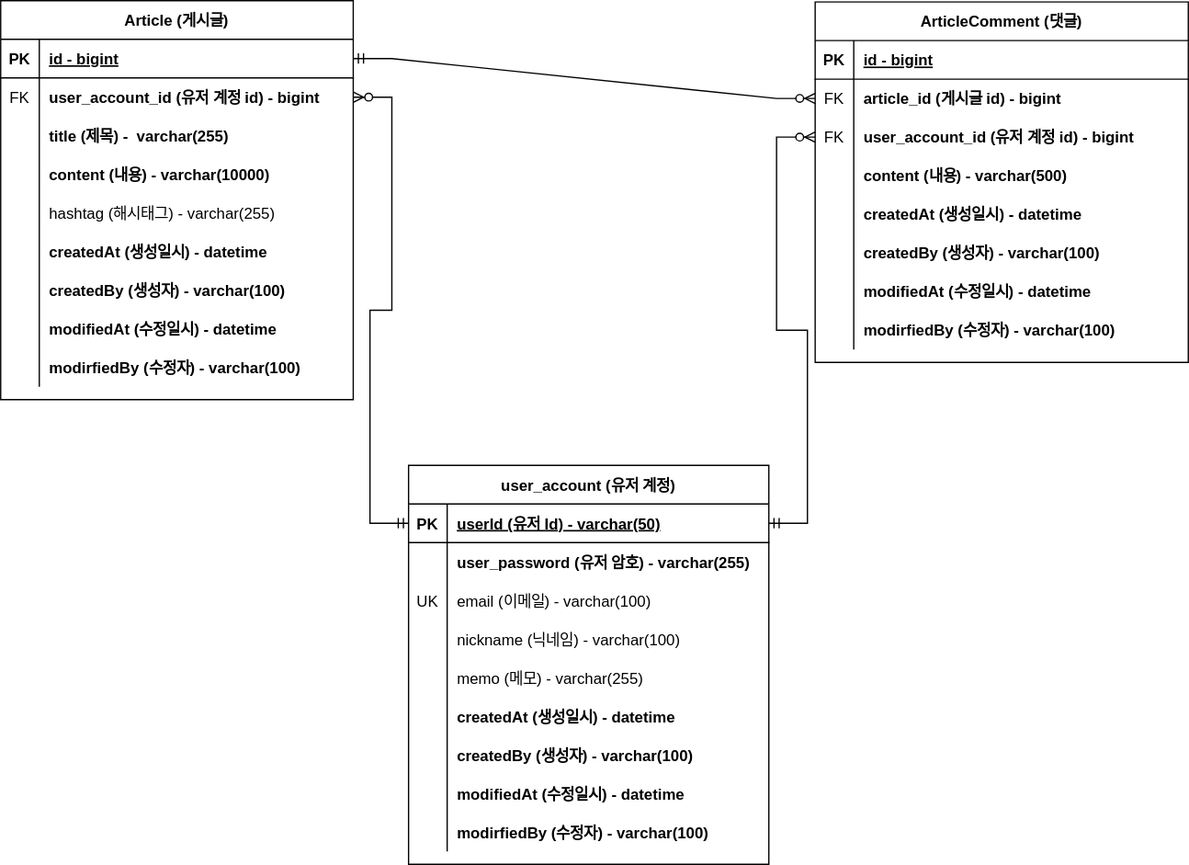
minah9999/fastcampus-project-board keeps this draw.io diagram as document/project-board-erd.svg. Above is the earlier version. Source tidied: cells renumbered, new cells last; positions are measured from the earlier drawing's top-left corner, leaving out a move shared by most shapes.
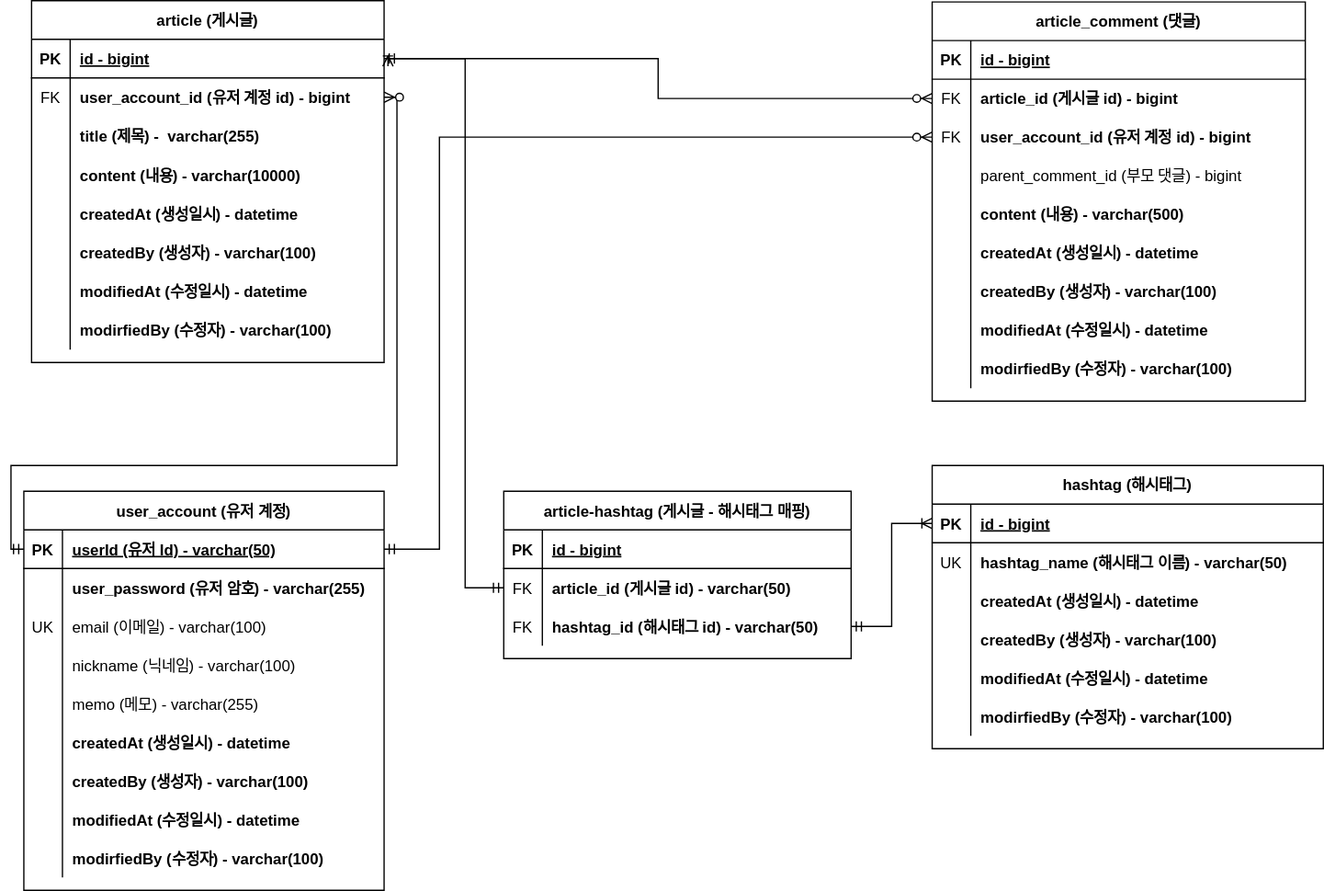
The same file after the commit.

Commit message:
#53 - project-board-erd.svg 업데이트: 대댓글, 해시태그

The edit, as a diff of the source:
```diff
@@ -2,8 +2,8 @@
   <root>
     <mxCell id="0" />
     <mxCell id="1" parent="0" />
-    <mxCell id="2" value="Article (게시글)" style="shape=table;startSize=30;rowLines=0;fontStyle=1;align=center;" parent="1" vertex="1">
-      <mxGeometry width="274" height="310" as="geometry" />
+    <mxCell id="2" value="article (게시글)" style="shape=table;startSize=30;rowLines=0;fontStyle=1;align=center;" parent="1" vertex="1">
+      <mxGeometry width="274" height="281" as="geometry" />
     </mxCell>
     <mxCell id="3" style="shape=partialRectangle;fillColor=none;points=[[0,0.5],[1,0.5]];portConstraint=eastwest;top=0;left=0;right=0;bottom=1;" parent="2" vertex="1">
       <mxGeometry y="30" width="274" height="30" as="geometry" />
@@ -33,25 +33,16 @@
       <mxGeometry x="30" width="244" height="30" as="geometry" />
     </mxCell>
     <mxCell id="12" style="shape=partialRectangle;fillColor=none;top=0;left=0;right=0;bottom=0;" parent="2" vertex="1">
-      <mxGeometry y="120" width="274" height="30" as="geometry" />
+      <mxGeometry y="120" width="274" height="31" as="geometry" />
     </mxCell>
     <mxCell id="13" style="shape=partialRectangle;overflow=hidden;fillColor=none;top=0;left=0;bottom=0;right=0;" parent="12" vertex="1">
-      <mxGeometry width="30" height="30" as="geometry" />
+      <mxGeometry width="30" height="31" as="geometry" />
     </mxCell>
     <mxCell id="14" value="content (내용) - varchar(10000)" style="shape=partialRectangle;overflow=hidden;fillColor=none;top=0;left=0;bottom=0;right=0;align=left;spacingLeft=6;fontStyle=1;" parent="12" vertex="1">
-      <mxGeometry x="30" width="244" height="30" as="geometry" />
+      <mxGeometry x="30" width="244" height="31" as="geometry" />
     </mxCell>
-    <mxCell id="15" style="shape=partialRectangle;fillColor=none;top=0;left=0;right=0;bottom=0;" parent="2" vertex="1">
-      <mxGeometry y="150" width="274" height="30" as="geometry" />
-    </mxCell>
-    <mxCell id="16" style="shape=partialRectangle;overflow=hidden;fillColor=none;top=0;left=0;bottom=0;right=0;" parent="15" vertex="1">
-      <mxGeometry width="30" height="30" as="geometry" />
-    </mxCell>
-    <mxCell id="17" value="hashtag (해시태그) - varchar(255)" style="shape=partialRectangle;overflow=hidden;fillColor=none;top=0;left=0;bottom=0;right=0;align=left;spacingLeft=6;" parent="15" vertex="1">
-      <mxGeometry x="30" width="244" height="30" as="geometry" />
-    </mxCell>
     <mxCell id="18" style="shape=partialRectangle;fillColor=none;top=0;left=0;right=0;bottom=0;" parent="2" vertex="1">
-      <mxGeometry y="180" width="274" height="30" as="geometry" />
+      <mxGeometry y="151" width="274" height="30" as="geometry" />
     </mxCell>
     <mxCell id="19" style="shape=partialRectangle;overflow=hidden;fillColor=none;top=0;left=0;bottom=0;right=0;" parent="18" vertex="1">
       <mxGeometry width="30" height="30" as="geometry" />
@@ -60,7 +51,7 @@
       <mxGeometry x="30" width="244" height="30" as="geometry" />
     </mxCell>
     <mxCell id="21" style="shape=partialRectangle;fillColor=none;top=0;left=0;right=0;bottom=0;" parent="2" vertex="1">
-      <mxGeometry y="210" width="274" height="30" as="geometry" />
+      <mxGeometry y="181" width="274" height="30" as="geometry" />
     </mxCell>
     <mxCell id="22" style="shape=partialRectangle;overflow=hidden;fillColor=none;top=0;left=0;bottom=0;right=0;" parent="21" vertex="1">
       <mxGeometry width="30" height="30" as="geometry" />
@@ -69,7 +60,7 @@
       <mxGeometry x="30" width="244" height="30" as="geometry" />
     </mxCell>
     <mxCell id="24" style="shape=partialRectangle;fillColor=none;top=0;left=0;right=0;bottom=0;" parent="2" vertex="1">
-      <mxGeometry y="240" width="274" height="30" as="geometry" />
+      <mxGeometry y="211" width="274" height="30" as="geometry" />
     </mxCell>
     <mxCell id="25" style="shape=partialRectangle;overflow=hidden;fillColor=none;top=0;left=0;bottom=0;right=0;" parent="24" vertex="1">
       <mxGeometry width="30" height="30" as="geometry" />
@@ -78,7 +69,7 @@
       <mxGeometry x="30" width="244" height="30" as="geometry" />
     </mxCell>
     <mxCell id="27" style="shape=partialRectangle;fillColor=none;top=0;left=0;right=0;bottom=0;" parent="2" vertex="1">
-      <mxGeometry y="270" width="274" height="30" as="geometry" />
+      <mxGeometry y="241" width="274" height="30" as="geometry" />
     </mxCell>
     <mxCell id="28" style="shape=partialRectangle;overflow=hidden;fillColor=none;top=0;left=0;bottom=0;right=0;" parent="27" vertex="1">
       <mxGeometry width="30" height="30" as="geometry" />
@@ -86,8 +77,8 @@
     <mxCell id="29" value="modirfiedBy (수정자) - varchar(100)" style="shape=partialRectangle;overflow=hidden;fillColor=none;top=0;left=0;bottom=0;right=0;align=left;spacingLeft=6;fontStyle=1;" parent="27" vertex="1">
       <mxGeometry x="30" width="244" height="30" as="geometry" />
     </mxCell>
-    <mxCell id="30" value="ArticleComment (댓글)" style="shape=table;startSize=30;rowLines=0;fontStyle=1;align=center;" parent="1" vertex="1">
-      <mxGeometry x="633" y="1" width="290" height="280" as="geometry" />
+    <mxCell id="30" value="article_comment (댓글)" style="shape=table;startSize=30;rowLines=0;fontStyle=1;align=center;" parent="1" vertex="1">
+      <mxGeometry x="700" y="1" width="290" height="310" as="geometry" />
     </mxCell>
     <mxCell id="31" style="shape=partialRectangle;fillColor=none;top=0;left=0;right=0;bottom=1;" parent="30" vertex="1">
       <mxGeometry y="30" width="290" height="30" as="geometry" />
@@ -116,8 +107,17 @@
     <mxCell id="39" value="user_account_id (유저 계정 id) - bigint" style="shape=partialRectangle;overflow=hidden;fillColor=none;top=0;left=0;bottom=0;right=0;align=left;spacingLeft=6;fontStyle=1;" parent="37" vertex="1">
       <mxGeometry x="30" width="260" height="30" as="geometry" />
     </mxCell>
+    <mxCell id="86" style="shape=partialRectangle;fillColor=none;top=0;left=0;right=0;bottom=0;" parent="30" vertex="1">
+      <mxGeometry y="120" width="290" height="30" as="geometry" />
+    </mxCell>
+    <mxCell id="87" style="shape=partialRectangle;overflow=hidden;fillColor=none;top=0;left=0;bottom=0;right=0;" parent="86" vertex="1">
+      <mxGeometry width="30" height="30" as="geometry" />
+    </mxCell>
+    <mxCell id="88" value="parent_comment_id (부모 댓글) - bigint" style="shape=partialRectangle;overflow=hidden;fillColor=none;top=0;left=0;bottom=0;right=0;align=left;spacingLeft=6;fontStyle=0;" parent="86" vertex="1">
+      <mxGeometry x="30" width="260" height="30" as="geometry" />
+    </mxCell>
     <mxCell id="40" style="shape=partialRectangle;fillColor=none;top=0;left=0;right=0;bottom=0;" parent="30" vertex="1">
-      <mxGeometry y="120" width="290" height="30" as="geometry" />
+      <mxGeometry y="150" width="290" height="30" as="geometry" />
     </mxCell>
     <mxCell id="41" style="shape=partialRectangle;overflow=hidden;fillColor=none;top=0;left=0;bottom=0;right=0;" parent="40" vertex="1">
       <mxGeometry width="30" height="30" as="geometry" />
@@ -126,7 +126,7 @@
       <mxGeometry x="30" width="260" height="30" as="geometry" />
     </mxCell>
     <mxCell id="43" style="shape=partialRectangle;fillColor=none;top=0;left=0;right=0;bottom=0;" parent="30" vertex="1">
-      <mxGeometry y="150" width="290" height="30" as="geometry" />
+      <mxGeometry y="180" width="290" height="30" as="geometry" />
     </mxCell>
     <mxCell id="44" style="shape=partialRectangle;overflow=hidden;fillColor=none;top=0;left=0;bottom=0;right=0;" parent="43" vertex="1">
       <mxGeometry width="30" height="30" as="geometry" />
@@ -135,7 +135,7 @@
       <mxGeometry x="30" width="260" height="30" as="geometry" />
     </mxCell>
     <mxCell id="46" style="shape=partialRectangle;fillColor=none;top=0;left=0;right=0;bottom=0;" parent="30" vertex="1">
-      <mxGeometry y="180" width="290" height="30" as="geometry" />
+      <mxGeometry y="210" width="290" height="30" as="geometry" />
     </mxCell>
     <mxCell id="47" style="shape=partialRectangle;overflow=hidden;fillColor=none;top=0;left=0;bottom=0;right=0;" parent="46" vertex="1">
       <mxGeometry width="30" height="30" as="geometry" />
@@ -144,7 +144,7 @@
       <mxGeometry x="30" width="260" height="30" as="geometry" />
     </mxCell>
     <mxCell id="49" style="shape=partialRectangle;fillColor=none;top=0;left=0;right=0;bottom=0;" parent="30" vertex="1">
-      <mxGeometry y="210" width="290" height="30" as="geometry" />
+      <mxGeometry y="240" width="290" height="30" as="geometry" />
     </mxCell>
     <mxCell id="50" style="shape=partialRectangle;overflow=hidden;fillColor=none;top=0;left=0;bottom=0;right=0;" parent="49" vertex="1">
       <mxGeometry width="30" height="30" as="geometry" />
@@ -153,7 +153,7 @@
       <mxGeometry x="30" width="260" height="30" as="geometry" />
     </mxCell>
     <mxCell id="52" style="shape=partialRectangle;fillColor=none;top=0;left=0;right=0;bottom=0;" parent="30" vertex="1">
-      <mxGeometry y="240" width="290" height="30" as="geometry" />
+      <mxGeometry y="270" width="290" height="30" as="geometry" />
     </mxCell>
     <mxCell id="53" style="shape=partialRectangle;overflow=hidden;fillColor=none;top=0;left=0;bottom=0;right=0;" parent="52" vertex="1">
       <mxGeometry width="30" height="30" as="geometry" />
@@ -161,11 +161,8 @@
     <mxCell id="54" value="modirfiedBy (수정자) - varchar(100)" style="shape=partialRectangle;overflow=hidden;fillColor=none;top=0;left=0;bottom=0;right=0;align=left;spacingLeft=6;fontStyle=1;" parent="52" vertex="1">
       <mxGeometry x="30" width="260" height="30" as="geometry" />
     </mxCell>
-    <mxCell id="55" style="edgeStyle=entityRelationEdgeStyle;fontSize=12;html=1;endArrow=ERzeroToMany;startArrow=ERmandOne;rounded=0;exitX=1;exitY=0.5;exitDx=0;exitDy=0;entryX=0;entryY=0.5;entryDx=0;entryDy=0;" parent="1" edge="1" source="3" target="34">
-      <mxGeometry relative="1" as="geometry" />
-    </mxCell>
     <mxCell id="56" value="user_account (유저 계정)" style="shape=table;startSize=30;rowLines=0;fontStyle=1;align=center;" parent="1" vertex="1">
-      <mxGeometry x="317" y="361" width="280" height="310" as="geometry" />
+      <mxGeometry x="-6" y="381" width="280" height="310" as="geometry" />
     </mxCell>
     <mxCell id="57" style="shape=partialRectangle;fillColor=none;points=[[0,0.5],[1,0.5]];portConstraint=eastwest;top=0;left=0;right=0;bottom=1;" parent="56" vertex="1">
       <mxGeometry y="30" width="280" height="30" as="geometry" />
@@ -248,11 +245,125 @@
     <mxCell id="83" value="modirfiedBy (수정자) - varchar(100)" style="shape=partialRectangle;overflow=hidden;fillColor=none;top=0;left=0;bottom=0;right=0;align=left;spacingLeft=6;fontStyle=1;" parent="81" vertex="1">
       <mxGeometry x="30" width="250" height="30" as="geometry" />
     </mxCell>
+    <mxCell id="89" value="hashtag (해시태그)" style="shape=table;startSize=30;rowLines=0;fontStyle=1;align=center;" parent="1" vertex="1">
+      <mxGeometry x="700" y="361" width="304" height="220" as="geometry" />
+    </mxCell>
+    <mxCell id="90" style="shape=partialRectangle;fillColor=none;points=[[0,0.5],[1,0.5]];portConstraint=eastwest;top=0;left=0;right=0;bottom=1;" parent="89" vertex="1">
+      <mxGeometry y="30" width="304" height="30" as="geometry" />
+    </mxCell>
+    <mxCell id="91" value="PK" style="shape=partialRectangle;overflow=hidden;fillColor=none;top=0;left=0;bottom=0;right=0;fontStyle=1;" parent="90" vertex="1">
+      <mxGeometry width="30" height="30" as="geometry" />
+    </mxCell>
+    <mxCell id="92" value="id - bigint" style="shape=partialRectangle;overflow=hidden;fillColor=none;top=0;left=0;bottom=0;right=0;align=left;spacingLeft=6;fontStyle=5;" parent="90" vertex="1">
+      <mxGeometry x="30" width="274" height="30" as="geometry" />
+    </mxCell>
+    <mxCell id="93" style="shape=partialRectangle;fillColor=none;top=0;left=0;right=0;bottom=0;" parent="89" vertex="1">
+      <mxGeometry y="60" width="304" height="30" as="geometry" />
+    </mxCell>
+    <mxCell id="94" value="UK" style="shape=partialRectangle;overflow=hidden;fillColor=none;top=0;left=0;bottom=0;right=0;" parent="93" vertex="1">
+      <mxGeometry width="30" height="30" as="geometry" />
+    </mxCell>
+    <mxCell id="95" value="hashtag_name (해시태그 이름) - varchar(50)" style="shape=partialRectangle;overflow=hidden;fillColor=none;top=0;left=0;bottom=0;right=0;align=left;spacingLeft=6;fontStyle=1;" parent="93" vertex="1">
+      <mxGeometry x="30" width="274" height="30" as="geometry" />
+    </mxCell>
+    <mxCell id="96" style="shape=partialRectangle;fillColor=none;top=0;left=0;right=0;bottom=0;" parent="89" vertex="1">
+      <mxGeometry y="90" width="304" height="30" as="geometry" />
+    </mxCell>
+    <mxCell id="97" style="shape=partialRectangle;overflow=hidden;fillColor=none;top=0;left=0;bottom=0;right=0;" parent="96" vertex="1">
+      <mxGeometry width="30" height="30" as="geometry" />
+    </mxCell>
+    <mxCell id="98" value="createdAt (생성일시) - datetime" style="shape=partialRectangle;overflow=hidden;fillColor=none;top=0;left=0;bottom=0;right=0;align=left;spacingLeft=6;fontStyle=1;" parent="96" vertex="1">
+      <mxGeometry x="30" width="274" height="30" as="geometry" />
+    </mxCell>
+    <mxCell id="99" style="shape=partialRectangle;fillColor=none;top=0;left=0;right=0;bottom=0;" parent="89" vertex="1">
+      <mxGeometry y="120" width="304" height="30" as="geometry" />
+    </mxCell>
+    <mxCell id="100" style="shape=partialRectangle;overflow=hidden;fillColor=none;top=0;left=0;bottom=0;right=0;" parent="99" vertex="1">
+      <mxGeometry width="30" height="30" as="geometry" />
+    </mxCell>
+    <mxCell id="101" value="createdBy (생성자) - varchar(100)" style="shape=partialRectangle;overflow=hidden;fillColor=none;top=0;left=0;bottom=0;right=0;align=left;spacingLeft=6;fontStyle=1;" parent="99" vertex="1">
+      <mxGeometry x="30" width="274" height="30" as="geometry" />
+    </mxCell>
+    <mxCell id="102" style="shape=partialRectangle;fillColor=none;top=0;left=0;right=0;bottom=0;" parent="89" vertex="1">
+      <mxGeometry y="150" width="304" height="30" as="geometry" />
+    </mxCell>
+    <mxCell id="103" style="shape=partialRectangle;overflow=hidden;fillColor=none;top=0;left=0;bottom=0;right=0;" parent="102" vertex="1">
+      <mxGeometry width="30" height="30" as="geometry" />
+    </mxCell>
+    <mxCell id="104" value="modifiedAt (수정일시) - datetime" style="shape=partialRectangle;overflow=hidden;fillColor=none;top=0;left=0;bottom=0;right=0;align=left;spacingLeft=6;fontStyle=1;" parent="102" vertex="1">
+      <mxGeometry x="30" width="274" height="30" as="geometry" />
+    </mxCell>
+    <mxCell id="105" style="shape=partialRectangle;fillColor=none;top=0;left=0;right=0;bottom=0;" parent="89" vertex="1">
+      <mxGeometry y="180" width="304" height="30" as="geometry" />
+    </mxCell>
+    <mxCell id="106" style="shape=partialRectangle;overflow=hidden;fillColor=none;top=0;left=0;bottom=0;right=0;" parent="105" vertex="1">
+      <mxGeometry width="30" height="30" as="geometry" />
+    </mxCell>
+    <mxCell id="107" value="modirfiedBy (수정자) - varchar(100)" style="shape=partialRectangle;overflow=hidden;fillColor=none;top=0;left=0;bottom=0;right=0;align=left;spacingLeft=6;fontStyle=1;" parent="105" vertex="1">
+      <mxGeometry x="30" width="274" height="30" as="geometry" />
+    </mxCell>
+    <mxCell id="108" value="article-hashtag (게시글 - 해시태그 매핑)" style="shape=table;startSize=30;rowLines=0;fontStyle=1;align=center;" parent="1" vertex="1">
+      <mxGeometry x="367" y="381" width="270" height="130" as="geometry" />
+    </mxCell>
+    <mxCell id="109" style="shape=partialRectangle;fillColor=none;top=0;left=0;right=0;bottom=1;" parent="108" vertex="1">
+      <mxGeometry y="30" width="270" height="30" as="geometry" />
+    </mxCell>
+    <mxCell id="110" value="PK" style="shape=partialRectangle;overflow=hidden;fillColor=none;top=0;left=0;bottom=0;right=0;fontStyle=1;" parent="109" vertex="1">
+      <mxGeometry width="30" height="30" as="geometry" />
+    </mxCell>
+    <mxCell id="111" value="id - bigint" style="shape=partialRectangle;overflow=hidden;fillColor=none;top=0;left=0;bottom=0;right=0;align=left;spacingLeft=6;fontStyle=5;" parent="109" vertex="1">
+      <mxGeometry x="30" width="240" height="30" as="geometry" />
+    </mxCell>
+    <mxCell id="112" style="shape=partialRectangle;fillColor=none;points=[[0,0.5],[1,0.5]];portConstraint=eastwest;top=0;left=0;right=0;bottom=0;" parent="108" vertex="1">
+      <mxGeometry y="60" width="270" height="30" as="geometry" />
+    </mxCell>
+    <mxCell id="113" value="FK" style="shape=partialRectangle;overflow=hidden;fillColor=none;top=0;left=0;bottom=0;right=0;" parent="112" vertex="1">
+      <mxGeometry width="30" height="30" as="geometry" />
+    </mxCell>
+    <mxCell id="114" value="article_id (게시글 id) - varchar(50)" style="shape=partialRectangle;overflow=hidden;fillColor=none;top=0;left=0;bottom=0;right=0;align=left;spacingLeft=6;fontStyle=1;" parent="112" vertex="1">
+      <mxGeometry x="30" width="240" height="30" as="geometry" />
+    </mxCell>
+    <mxCell id="115" style="shape=partialRectangle;fillColor=none;points=[[0,0.5],[1,0.5]];portConstraint=eastwest;top=0;left=0;right=0;bottom=0;" parent="108" vertex="1">
+      <mxGeometry y="90" width="270" height="30" as="geometry" />
+    </mxCell>
+    <mxCell id="116" value="FK" style="shape=partialRectangle;overflow=hidden;fillColor=none;top=0;left=0;bottom=0;right=0;" parent="115" vertex="1">
+      <mxGeometry width="30" height="30" as="geometry" />
+    </mxCell>
+    <mxCell id="117" value="hashtag_id (해시태그 id) - varchar(50)" style="shape=partialRectangle;overflow=hidden;fillColor=none;top=0;left=0;bottom=0;right=0;align=left;spacingLeft=6;fontStyle=1;" parent="115" vertex="1">
+      <mxGeometry x="30" width="240" height="30" as="geometry" />
+    </mxCell>
-    <mxCell id="84" style="edgeStyle=entityRelationEdgeStyle;fontSize=12;html=1;endArrow=ERzeroToMany;startArrow=ERmandOne;rounded=0;exitX=0;exitY=0.5;exitDx=0;exitDy=0;entryX=1;entryY=0.5;entryDx=0;entryDy=0;" parent="1" edge="1" source="57" target="6">
-      <mxGeometry relative="1" as="geometry" />
+    <mxCell id="84" style="edgeStyle=orthogonalEdgeStyle;fontSize=12;html=1;endArrow=ERzeroToMany;startArrow=ERmandOne;rounded=0;exitX=0;exitY=0.5;exitDx=0;exitDy=0;entryX=1;entryY=0.5;entryDx=0;entryDy=0;" parent="1" edge="1" source="57" target="6">
+      <mxGeometry relative="1" as="geometry">
+        <Array as="points">
+          <mxPoint x="-16" y="426" />
+          <mxPoint x="-16" y="361" />
+          <mxPoint x="284" y="361" />
+          <mxPoint x="284" y="75" />
+        </Array>
+      </mxGeometry>
     </mxCell>
-    <mxCell id="85" style="edgeStyle=entityRelationEdgeStyle;fontSize=12;html=1;endArrow=ERzeroToMany;startArrow=ERmandOne;rounded=0;entryX=0;entryY=0.5;entryDx=0;entryDy=0;exitX=1;exitY=0.5;exitDx=0;exitDy=0;" parent="1" edge="1" source="57" target="37">
-      <mxGeometry relative="1" as="geometry" />
+    <mxCell id="85" style="edgeStyle=orthogonalEdgeStyle;fontSize=12;html=1;endArrow=ERzeroToMany;startArrow=ERmandOne;rounded=0;exitX=1;exitY=0.5;exitDx=0;exitDy=0;entryX=0;entryY=0.5;entryDx=0;entryDy=0;" parent="1" edge="1" source="57" target="37">
+      <mxGeometry relative="1" as="geometry">
+        <Array as="points">
+          <mxPoint x="317" y="426" />
+          <mxPoint x="317" y="106" />
+        </Array>
+      </mxGeometry>
     </mxCell>
+    <mxCell id="118" style="edgeStyle=orthogonalEdgeStyle;fontSize=12;html=1;endArrow=ERoneToMany;startArrow=ERmandOne;rounded=0;exitX=1;exitY=0.5;exitDx=0;exitDy=0;entryX=0;entryY=0.5;entryDx=0;entryDy=0;" parent="1" edge="1" source="115" target="90">
+      <mxGeometry relative="1" as="geometry" />
+    </mxCell>
+    <mxCell id="55" style="edgeStyle=orthogonalEdgeStyle;fontSize=12;html=1;endArrow=ERzeroToMany;startArrow=ERmandOne;rounded=0;entryX=0;entryY=0.5;entryDx=0;entryDy=0;exitX=1;exitY=0.5;exitDx=0;exitDy=0;" parent="1" edge="1" source="3" target="34">
+      <mxGeometry relative="1" as="geometry" />
+    </mxCell>
+    <mxCell id="119" style="edgeStyle=orthogonalEdgeStyle;fontSize=12;html=1;endArrow=ERoneToMany;startArrow=ERmandOne;rounded=0;exitX=0;exitY=0.5;exitDx=0;exitDy=0;" parent="1" edge="1" source="112">
+      <mxGeometry relative="1" as="geometry">
+        <mxPoint x="277" y="51" as="targetPoint" />
+        <Array as="points">
+          <mxPoint x="337" y="456" />
+          <mxPoint x="337" y="45" />
+        </Array>
+      </mxGeometry>
+    </mxCell>
   </root>
 </mxGraphModel>
```
